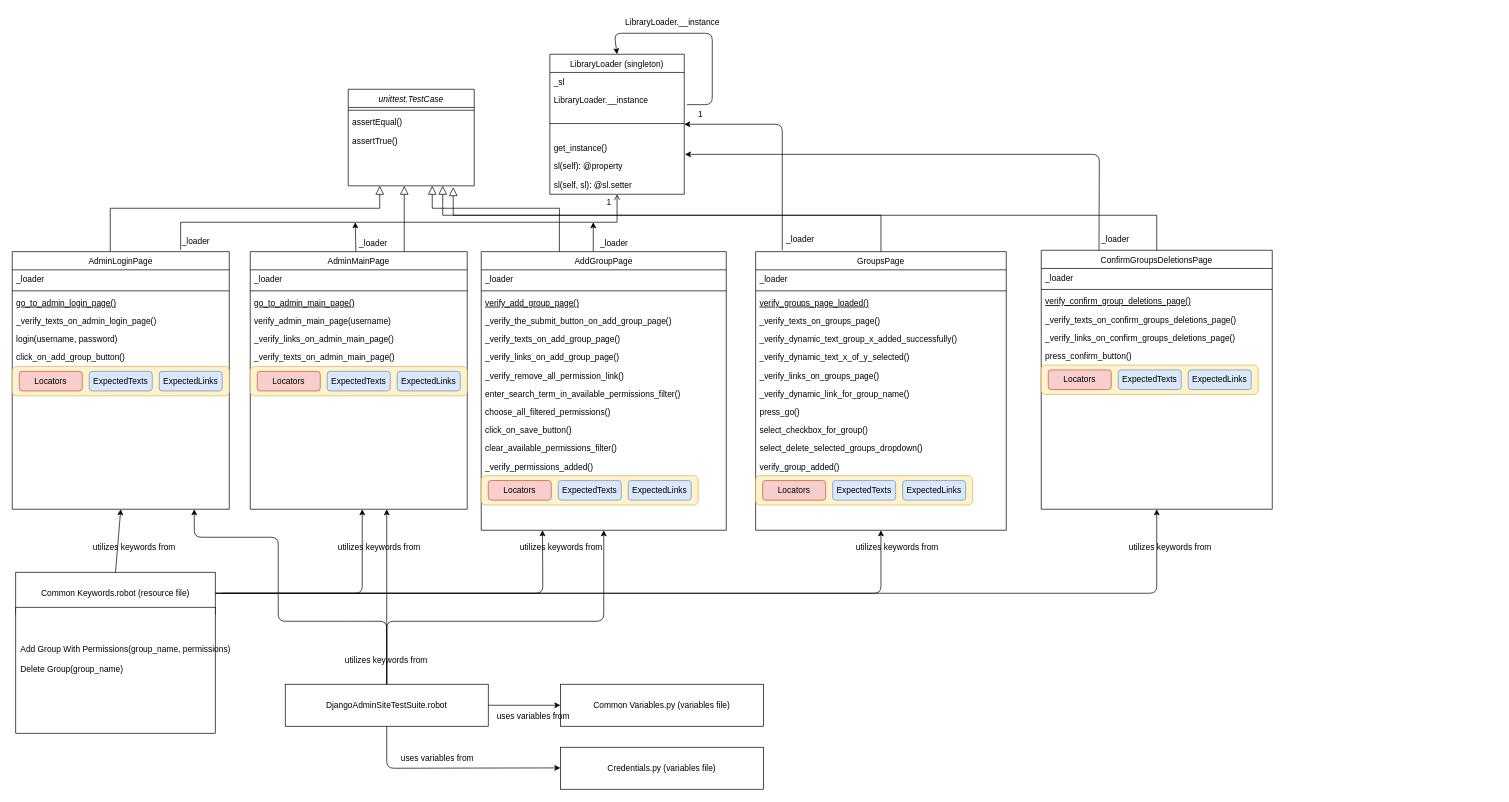
TeddyTeddy/robot-fw-seleniumlibrary-tests keeps this draw.io diagram as Uml-Draw.io/DjangoAdminSiteTestSuite.drawio. Above is the earlier version. Source tidied: cells renumbered, new cells numbered last; positions are measured from the earlier drawing's top-left corner, leaving out a move shared by most shapes. Both pictures are drawn from the tidied source at 70%, with x=0, y=0 at pixel (12, 12).
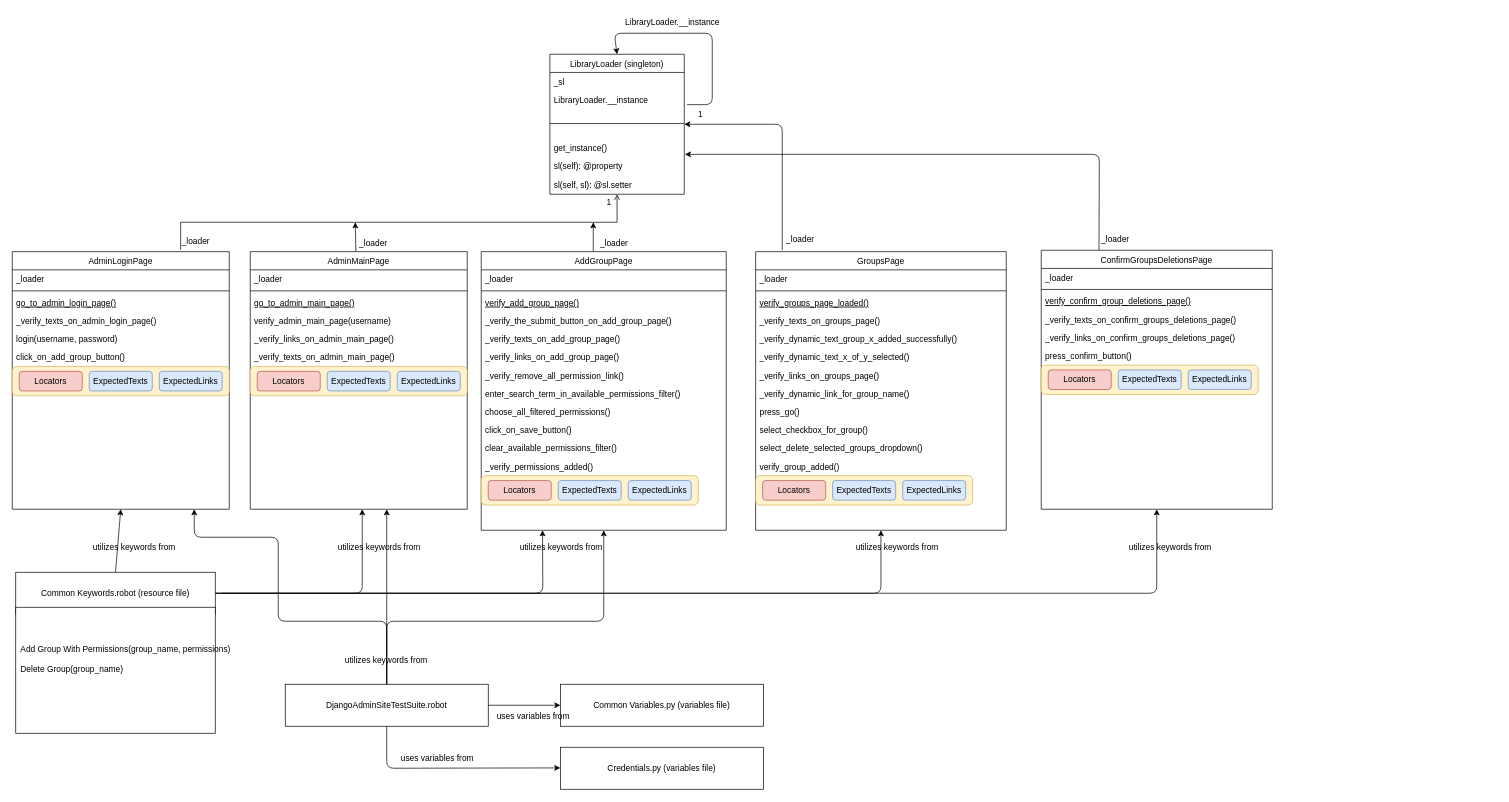
Above is the later version.

Unchanged cells that the change refers to:
```xml
<mxCell id="32" value="AdminMainPage" style="swimlane;fontStyle=0;align=center;verticalAlign=top;horizontal=1;startSize=26;rounded=0;shadow=0;strokeWidth=1;" parent="1" vertex="1">
  <mxGeometry x="340" y="342" width="310" height="368" as="geometry" />
</mxCell>
<mxCell id="44" value="AddGroupPage" style="swimlane;fontStyle=0;align=center;verticalAlign=top;horizontal=1;startSize=26;rounded=0;shadow=0;strokeWidth=1;" parent="1" vertex="1">
  <mxGeometry x="670" y="342" width="350" height="398" as="geometry" />
</mxCell>
<mxCell id="68" value="GroupsPage" style="swimlane;fontStyle=0;align=center;verticalAlign=top;horizontal=1;startSize=26;rounded=0;shadow=0;strokeWidth=1;" parent="1" vertex="1">
  <mxGeometry x="1062" y="342" width="358" height="398" as="geometry" />
</mxCell>
<mxCell id="89" value="ConfirmGroupsDeletionsPage" style="swimlane;fontStyle=0;align=center;verticalAlign=top;horizontal=1;startSize=26;rounded=0;shadow=0;strokeWidth=1;" parent="1" vertex="1">
  <mxGeometry x="1470" y="340" width="330" height="370" as="geometry" />
</mxCell>
```

What changed in the source:
```diff
@@
-    <mxCell id="2" value="unittest.TestCase" style="swimlane;fontStyle=2;align=center;verticalAlign=top;horizontal=1;startSize=26;rounded=0;shadow=0;strokeWidth=1;" parent="1" vertex="1">
-      <mxGeometry x="480" y="110" width="180" height="138" as="geometry" />
-    </mxCell>
-    <mxCell id="3" style="line;html=1;strokeWidth=1;align=left;verticalAlign=middle;spacingTop=-1;spacingLeft=3;spacingRight=3;labelPosition=right;" parent="2" vertex="1">
-      <mxGeometry y="26" width="180" height="8" as="geometry" />
-    </mxCell>
-    <mxCell id="4" value="assertEqual()" style="text;align=left;verticalAlign=top;spacingLeft=4;spacingRight=4;overflow=hidden;" parent="2" vertex="1">
-      <mxGeometry y="34" width="180" height="26" as="geometry" />
-    </mxCell>
-    <mxCell id="5" value="assertTrue()" style="text;align=left;verticalAlign=top;spacingLeft=4;spacingRight=4;overflow=hidden;" parent="2" vertex="1">
-      <mxGeometry y="60" width="180" height="26" as="geometry" />
-    </mxCell>
@@
-    <mxCell id="18" style="endArrow=block;endSize=10;endFill=0;shadow=0;strokeWidth=1;rounded=0;edgeStyle=elbowEdgeStyle;elbow=vertical;" parent="1" edge="1" source="32" target="2">
-      <mxGeometry relative="1" as="geometry">
-        <Array as="points">
-          <mxPoint x="560" y="280" />
-        </Array>
-      </mxGeometry>
-    </mxCell>
@@
-    <mxCell id="66" style="endArrow=block;endSize=10;endFill=0;shadow=0;strokeWidth=1;rounded=0;edgeStyle=elbowEdgeStyle;elbow=vertical;exitX=0.319;exitY=0;exitDx=0;exitDy=0;exitPerimeter=0;" parent="1" edge="1" source="44">
-      <mxGeometry relative="1" as="geometry">
-        <mxPoint x="600" y="248" as="targetPoint" />
-        <Array as="points">
-          <mxPoint x="600" y="280" />
-        </Array>
-      </mxGeometry>
-    </mxCell>
-    <mxCell id="67" style="endArrow=block;endSize=10;endFill=0;shadow=0;strokeWidth=1;rounded=0;edgeStyle=elbowEdgeStyle;elbow=vertical;entryX=0.25;entryY=1;entryDx=0;entryDy=0;" parent="1" edge="1" target="2">
-      <mxGeometry relative="1" as="geometry">
-        <mxPoint x="140" y="342" as="sourcePoint" />
-        <Array as="points">
-          <mxPoint x="140" y="280" />
-        </Array>
-      </mxGeometry>
-    </mxCell>
@@
-    <mxCell id="86" style="endArrow=block;endSize=10;endFill=0;shadow=0;strokeWidth=1;rounded=0;edgeStyle=elbowEdgeStyle;elbow=vertical;entryX=0.75;entryY=1;entryDx=0;entryDy=0;" parent="1" edge="1" source="68" target="2">
-      <mxGeometry relative="1" as="geometry">
-        <Array as="points">
-          <mxPoint x="610" y="290" />
-        </Array>
-      </mxGeometry>
-    </mxCell>
@@
-    <mxCell id="101" style="endArrow=block;endSize=10;endFill=0;shadow=0;strokeWidth=1;rounded=0;edgeStyle=elbowEdgeStyle;elbow=vertical;exitX=0.5;exitY=0;exitDx=0;exitDy=0;" parent="1" edge="1" source="89">
-      <mxGeometry relative="1" as="geometry">
-        <mxPoint x="630" y="250" as="targetPoint" />
-        <Array as="points">
-          <mxPoint x="1410" y="290" />
-          <mxPoint x="620" y="300" />
-        </Array>
-      </mxGeometry>
-    </mxCell>
```
